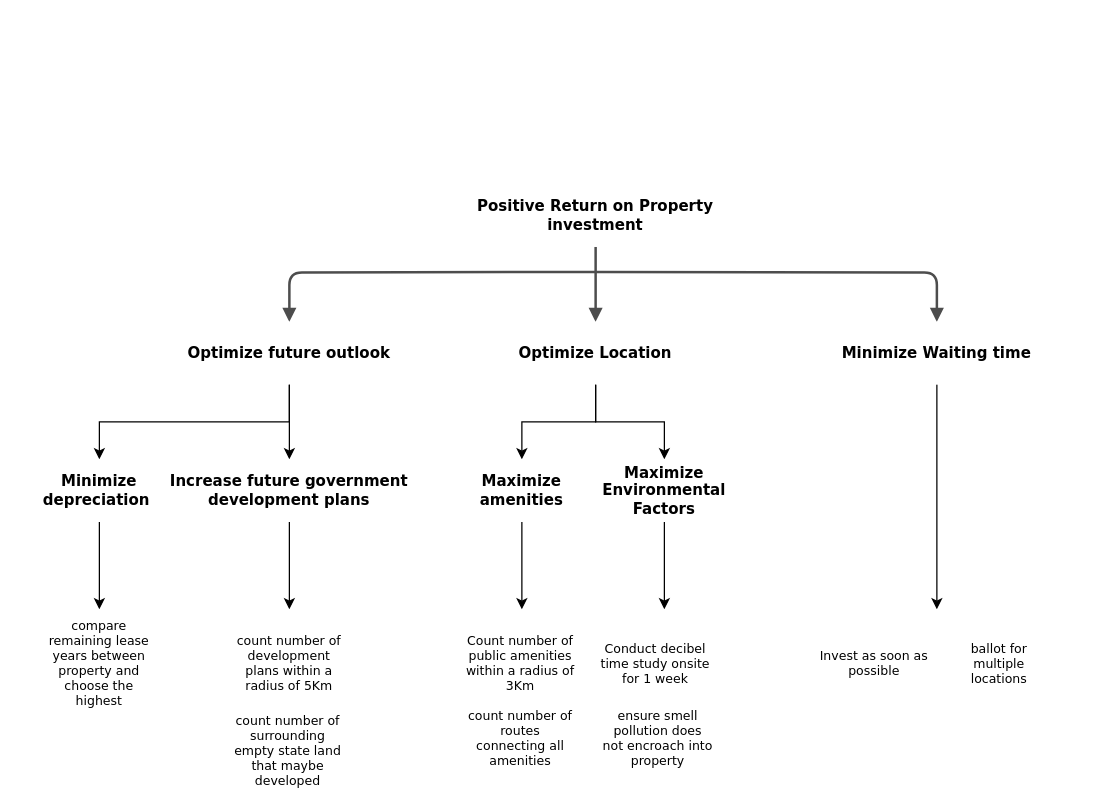
The draw.io diagram Untitled Diagram.drawio in necroboi/RISK-AND-DECISION-HDB, before the edit. Source tidied: cells renumbered, new cells numbered last; positions are measured from the earlier drawing's top-left corner, leaving out a move shared by most shapes. Both pictures are drawn from the tidied source at 125%, with x=0, y=0 at pixel (21, 184).
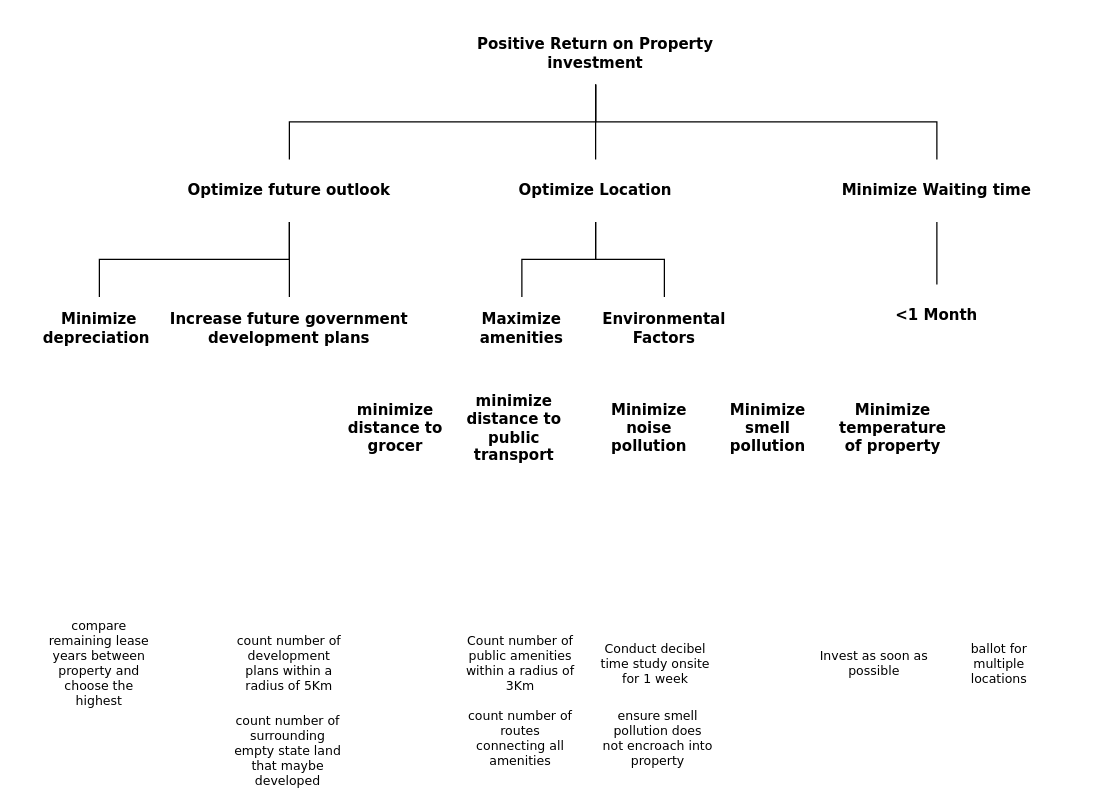
The same diagram, later.

Unchanged cells that the change refers to:
```xml
<mxCell id="2" style="whiteSpace=wrap;html=1;rounded=0;shadow=0;comic=0;strokeWidth=2;fontFamily=Verdana;align=center;fontSize=10;strokeColor=none;" parent="1" vertex="1">
  <mxGeometry x="338" y="340" width="124" height="130" as="geometry" />
</mxCell>
<mxCell id="23" style="whiteSpace=wrap;html=1;rounded=0;shadow=0;comic=0;strokeWidth=2;fontFamily=Verdana;align=center;fontSize=10;strokeColor=none;" parent="1" vertex="1">
  <mxGeometry x="620.5" y="340" width="223" height="80" as="geometry" />
</mxCell>
<mxCell id="26" style="whiteSpace=wrap;html=1;rounded=0;shadow=0;comic=0;strokeWidth=2;fontFamily=Verdana;align=center;fontSize=10;strokeColor=none;" parent="1" vertex="1">
  <mxGeometry x="452" y="340" width="124" height="130" as="geometry" />
</mxCell>
<mxCell id="30" style="whiteSpace=wrap;html=1;rounded=0;shadow=0;comic=0;strokeWidth=2;fontFamily=Verdana;align=center;fontSize=10;strokeColor=none;" parent="1" vertex="1">
  <mxGeometry y="340" width="124" height="80" as="geometry" />
</mxCell>
<mxCell id="32" style="whiteSpace=wrap;html=1;rounded=0;shadow=0;comic=0;strokeWidth=2;fontFamily=Verdana;align=center;fontSize=10;strokeColor=none;" parent="1" vertex="1">
  <mxGeometry x="152" y="340" width="124" height="130" as="geometry" />
</mxCell>
```

Diff of the diagram source:
```diff
@@
-    <mxCell id="3" style="edgeStyle=orthogonalEdgeStyle;rounded=1;html=1;labelBackgroundColor=none;endArrow=block;endFill=1;strokeColor=#4D4D4D;strokeWidth=2;fontFamily=Verdana;fontSize=12;fontStyle=1;" parent="1" edge="1" source="16" target="15">
-      <mxGeometry relative="1" as="geometry" />
-    </mxCell>
-    <mxCell id="4" style="edgeStyle=orthogonalEdgeStyle;rounded=1;html=1;labelBackgroundColor=none;endArrow=block;endFill=1;strokeColor=#4D4D4D;strokeWidth=2;fontFamily=Verdana;fontSize=12;fontStyle=1;" parent="1" edge="1" target="10">
-      <mxGeometry relative="1" as="geometry">
-        <mxPoint x="459" y="70" as="sourcePoint" />
-      </mxGeometry>
-    </mxCell>
-    <mxCell id="5" style="edgeStyle=orthogonalEdgeStyle;rounded=1;html=1;labelBackgroundColor=none;endArrow=block;endFill=1;strokeColor=#4D4D4D;strokeWidth=2;fontFamily=Verdana;fontSize=12;fontStyle=1;" parent="1" edge="1" target="18">
-      <mxGeometry relative="1" as="geometry">
-        <mxPoint x="459" y="70" as="sourcePoint" />
-      </mxGeometry>
-    </mxCell>
@@
-    <mxCell id="8" style="edgeStyle=orthogonalEdgeStyle;rounded=0;jettySize=auto;html=1;exitX=0.5;exitY=1;exitDx=0;exitDy=0;entryX=0.5;entryY=0;entryDx=0;entryDy=0;" parent="1" edge="1" source="10" target="12">
-      <mxGeometry relative="1" as="geometry" />
-    </mxCell>
-    <mxCell id="9" style="edgeStyle=orthogonalEdgeStyle;rounded=0;jettySize=auto;html=1;exitX=0.5;exitY=1;exitDx=0;exitDy=0;" parent="1" edge="1" source="10" target="29">
-      <mxGeometry relative="1" as="geometry" />
-    </mxCell>
     <mxCell id="10" value="Optimize future outlook" style="whiteSpace=wrap;html=1;rounded=0;shadow=0;comic=0;strokeWidth=2;fontFamily=Verdana;align=center;fontSize=12;fontStyle=1;strokeColor=none;" parent="1" vertex="1">
-      <mxGeometry x="114" y="110" width="200" height="50" as="geometry" />
+      <mxGeometry x="114" y="-20" width="200" height="50" as="geometry" />
     </mxCell>
-    <mxCell id="11" style="edgeStyle=orthogonalEdgeStyle;rounded=0;jettySize=auto;html=1;exitX=0.5;exitY=1;exitDx=0;exitDy=0;entryX=0.5;entryY=0;entryDx=0;entryDy=0;" parent="1" edge="1" source="12" target="32">
-      <mxGeometry relative="1" as="geometry" />
-    </mxCell>
     <mxCell id="12" value="Increase future government development plans" style="whiteSpace=wrap;html=1;rounded=0;shadow=0;comic=0;strokeWidth=2;fontFamily=Verdana;align=center;fontSize=12;fontStyle=1;strokeColor=none;" parent="1" vertex="1">
-      <mxGeometry x="114" y="220" width="200" height="50" as="geometry" />
+      <mxGeometry x="114" y="90" width="200" height="50" as="geometry" />
     </mxCell>
-    <mxCell id="13" style="edgeStyle=orthogonalEdgeStyle;rounded=0;jettySize=auto;html=1;exitX=0.5;exitY=1;exitDx=0;exitDy=0;entryX=0.5;entryY=0;entryDx=0;entryDy=0;" parent="1" edge="1" source="15" target="22">
-      <mxGeometry relative="1" as="geometry" />
-    </mxCell>
-    <mxCell id="14" style="edgeStyle=orthogonalEdgeStyle;rounded=0;jettySize=auto;html=1;exitX=0.5;exitY=1;exitDx=0;exitDy=0;entryX=0.5;entryY=0;entryDx=0;entryDy=0;" parent="1" edge="1" source="15" target="20">
-      <mxGeometry relative="1" as="geometry" />
-    </mxCell>
     <mxCell id="15" value="Optimize Location" style="whiteSpace=wrap;html=1;rounded=0;shadow=0;comic=0;strokeWidth=2;fontFamily=Verdana;align=center;fontSize=12;fontStyle=1;strokeColor=none;" parent="1" vertex="1">
-      <mxGeometry x="359" y="110" width="200" height="50" as="geometry" />
+      <mxGeometry x="359" y="-20" width="200" height="50" as="geometry" />
     </mxCell>
     <mxCell id="16" value="Positive Return on Property investment" style="whiteSpace=wrap;html=1;rounded=0;shadow=0;comic=0;strokeWidth=2;fontFamily=Verdana;align=center;fontSize=12;fontStyle=1;strokeColor=none;" parent="1" vertex="1">
-      <mxGeometry x="359" width="200" height="50" as="geometry" />
+      <mxGeometry x="359" y="-130" width="200" height="50" as="geometry" />
     </mxCell>
-    <mxCell id="17" style="edgeStyle=orthogonalEdgeStyle;rounded=0;jettySize=auto;html=1;exitX=0.5;exitY=1;exitDx=0;exitDy=0;" parent="1" edge="1" source="18" target="23">
-      <mxGeometry relative="1" as="geometry" />
-    </mxCell>
     <mxCell id="18" value="Minimize Waiting time" style="whiteSpace=wrap;html=1;rounded=0;shadow=0;comic=0;strokeWidth=2;fontFamily=Verdana;align=center;fontSize=12;fontStyle=1;strokeColor=none;" parent="1" vertex="1">
-      <mxGeometry x="632" y="110" width="200" height="50" as="geometry" />
+      <mxGeometry x="632" y="-20" width="200" height="50" as="geometry" />
     </mxCell>
-    <mxCell id="19" style="edgeStyle=orthogonalEdgeStyle;rounded=0;jettySize=auto;html=1;exitX=0.5;exitY=1;exitDx=0;exitDy=0;entryX=0.5;entryY=0;entryDx=0;entryDy=0;" parent="1" edge="1" source="20" target="2">
-      <mxGeometry relative="1" as="geometry" />
-    </mxCell>
     <mxCell id="20" value="Maximize amenities" style="whiteSpace=wrap;html=1;rounded=0;shadow=0;comic=0;strokeWidth=2;fontFamily=Verdana;align=center;fontSize=12;fontStyle=1;strokeColor=none;" parent="1" vertex="1">
-      <mxGeometry x="348" y="220" width="104" height="50" as="geometry" />
+      <mxGeometry x="348" y="90" width="104" height="50" as="geometry" />
     </mxCell>
-    <mxCell id="21" style="edgeStyle=orthogonalEdgeStyle;rounded=0;jettySize=auto;html=1;exitX=0.5;exitY=1;exitDx=0;exitDy=0;" parent="1" edge="1" source="22" target="26">
-      <mxGeometry relative="1" as="geometry" />
-    </mxCell>
-    <mxCell id="22" value="Maximize Environmental Factors" style="whiteSpace=wrap;html=1;rounded=0;shadow=0;comic=0;strokeWidth=2;fontFamily=Verdana;align=center;fontSize=12;fontStyle=1;strokeColor=none;" parent="1" vertex="1">
-      <mxGeometry x="474" y="220" width="80" height="50" as="geometry" />
+    <mxCell id="22" value="Environmental Factors" style="whiteSpace=wrap;html=1;rounded=0;shadow=0;comic=0;strokeWidth=2;fontFamily=Verdana;align=center;fontSize=12;fontStyle=1;strokeColor=none;" parent="1" vertex="1">
+      <mxGeometry x="474" y="90" width="80" height="50" as="geometry" />
     </mxCell>
@@
-    <mxCell id="28" style="edgeStyle=orthogonalEdgeStyle;rounded=0;jettySize=auto;html=1;exitX=0.5;exitY=1;exitDx=0;exitDy=0;entryX=0.5;entryY=0;entryDx=0;entryDy=0;" parent="1" edge="1" source="29" target="30">
-      <mxGeometry relative="1" as="geometry" />
-    </mxCell>
     <mxCell id="29" value="Minimize depreciation&amp;nbsp;" style="whiteSpace=wrap;html=1;rounded=0;shadow=0;comic=0;strokeWidth=2;fontFamily=Verdana;align=center;fontSize=12;fontStyle=1;strokeColor=none;" parent="1" vertex="1">
-      <mxGeometry x="10" y="220" width="104" height="50" as="geometry" />
+      <mxGeometry x="10" y="90" width="104" height="50" as="geometry" />
     </mxCell>
@@
+    <mxCell id="36" style="endArrow=none;html=1;rounded=0;exitX=0.5;exitY=0;exitDx=0;exitDy=0;entryX=0.5;entryY=1;entryDx=0;entryDy=0;edgeStyle=orthogonalEdgeStyle;" parent="1" edge="1" source="18" target="16">
+      <mxGeometry relative="1" as="geometry" />
+    </mxCell>
+    <mxCell id="37" style="endArrow=none;html=1;rounded=0;exitX=0.5;exitY=0;exitDx=0;exitDy=0;entryX=0.5;entryY=1;entryDx=0;entryDy=0;edgeStyle=orthogonalEdgeStyle;" parent="1" edge="1" source="10" target="16">
+      <mxGeometry relative="1" as="geometry" />
+    </mxCell>
+    <mxCell id="38" style="endArrow=none;html=1;rounded=0;exitX=0.5;exitY=0;exitDx=0;exitDy=0;entryX=0.5;entryY=1;entryDx=0;entryDy=0;edgeStyle=orthogonalEdgeStyle;" parent="1" edge="1" source="15" target="16">
+      <mxGeometry relative="1" as="geometry" />
+    </mxCell>
+    <mxCell id="39" style="endArrow=none;html=1;rounded=0;exitX=0.5;exitY=0;exitDx=0;exitDy=0;entryX=0.5;entryY=1;entryDx=0;entryDy=0;edgeStyle=orthogonalEdgeStyle;" parent="1" edge="1" source="29" target="10">
+      <mxGeometry relative="1" as="geometry" />
+    </mxCell>
+    <mxCell id="40" style="endArrow=none;html=1;rounded=0;exitX=0.5;exitY=0;exitDx=0;exitDy=0;entryX=0.5;entryY=1;entryDx=0;entryDy=0;edgeStyle=orthogonalEdgeStyle;" parent="1" edge="1" source="12" target="10">
+      <mxGeometry relative="1" as="geometry" />
+    </mxCell>
+    <mxCell id="41" style="endArrow=none;html=1;rounded=0;exitX=0.5;exitY=0;exitDx=0;exitDy=0;entryX=0.5;entryY=1;entryDx=0;entryDy=0;edgeStyle=orthogonalEdgeStyle;" parent="1" edge="1" source="20" target="15">
+      <mxGeometry relative="1" as="geometry" />
+    </mxCell>
+    <mxCell id="42" style="endArrow=none;html=1;rounded=0;exitX=0.5;exitY=0;exitDx=0;exitDy=0;entryX=0.5;entryY=1;entryDx=0;entryDy=0;edgeStyle=orthogonalEdgeStyle;" parent="1" edge="1" source="22" target="15">
+      <mxGeometry relative="1" as="geometry" />
+    </mxCell>
+    <mxCell id="43" value="&amp;lt;1 Month" style="whiteSpace=wrap;html=1;rounded=0;shadow=0;comic=0;strokeWidth=2;fontFamily=Verdana;align=center;fontSize=12;fontStyle=1;strokeColor=none;" parent="1" vertex="1">
+      <mxGeometry x="692" y="80" width="80" height="50" as="geometry" />
+    </mxCell>
+    <mxCell id="44" style="endArrow=none;html=1;rounded=0;exitX=0.5;exitY=0;exitDx=0;exitDy=0;edgeStyle=orthogonalEdgeStyle;entryX=0.5;entryY=1;entryDx=0;entryDy=0;" parent="1" edge="1" source="43" target="18">
+      <mxGeometry relative="1" as="geometry" />
+    </mxCell>
+    <mxCell id="45" value="Minimize noise pollution" style="whiteSpace=wrap;html=1;rounded=0;shadow=0;comic=0;strokeWidth=2;fontFamily=Verdana;align=center;fontSize=12;fontStyle=1;strokeColor=none;" parent="1" vertex="1">
+      <mxGeometry x="462" y="170" width="80" height="50" as="geometry" />
+    </mxCell>
+    <mxCell id="46" value="Minimize smell pollution" style="whiteSpace=wrap;html=1;rounded=0;shadow=0;comic=0;strokeWidth=2;fontFamily=Verdana;align=center;fontSize=12;fontStyle=1;strokeColor=none;" parent="1" vertex="1">
+      <mxGeometry x="557" y="170" width="80" height="50" as="geometry" />
+    </mxCell>
+    <mxCell id="47" value="Minimize temperature of property" style="whiteSpace=wrap;html=1;rounded=0;shadow=0;comic=0;strokeWidth=2;fontFamily=Verdana;align=center;fontSize=12;fontStyle=1;strokeColor=none;" parent="1" vertex="1">
+      <mxGeometry x="656.5" y="170" width="80" height="50" as="geometry" />
+    </mxCell>
+    <mxCell id="48" value="minimize distance to public transport" style="whiteSpace=wrap;html=1;rounded=0;shadow=0;comic=0;strokeWidth=2;fontFamily=Verdana;align=center;fontSize=12;fontStyle=1;strokeColor=none;" parent="1" vertex="1">
+      <mxGeometry x="354" y="170" width="80" height="50" as="geometry" />
+    </mxCell>
+    <mxCell id="49" value="minimize distance to grocer" style="whiteSpace=wrap;html=1;rounded=0;shadow=0;comic=0;strokeWidth=2;fontFamily=Verdana;align=center;fontSize=12;fontStyle=1;strokeColor=none;" parent="1" vertex="1">
+      <mxGeometry x="259" y="170" width="80" height="50" as="geometry" />
+    </mxCell>
```
